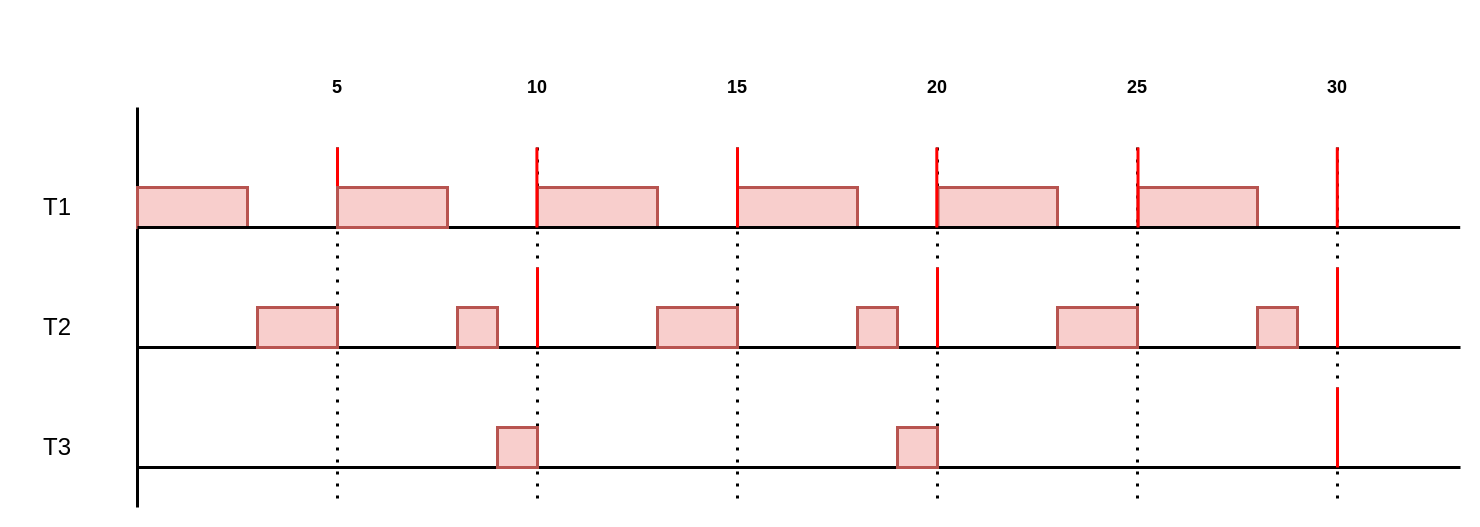
The draw.io diagram page "td1_ex1_e" (3 of 7) of TPs_scheduling/diagrammes.drawio in FlorianLatapie/PNS-SI4-S8_Capteurs_actionneurs_-_IA, before the edit. Source tidied: cells renumbered, new cells numbered last; positions are measured from the earlier drawing's top-left corner, leaving out a move shared by most shapes. Both pictures are drawn from the tidied source at 100%, with x=0, y=0 at pixel (17, 67).
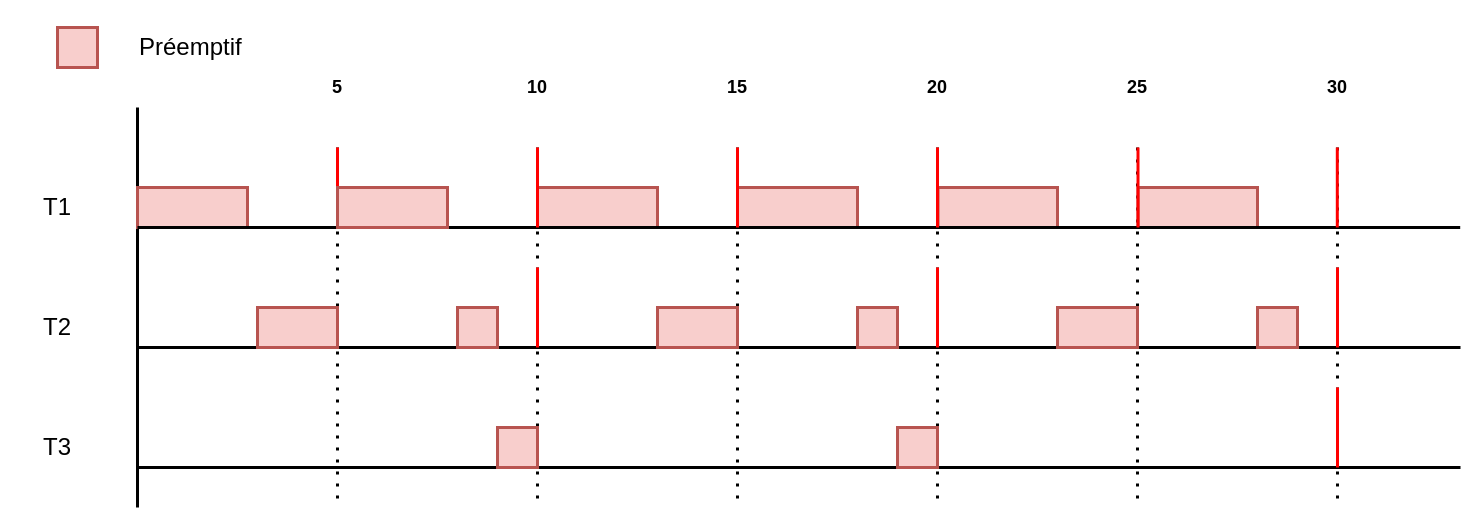
Above is the later version.

The edit, as a diff of the source:
```diff
@@
     <mxCell id="28" style="endArrow=none;html=1;rounded=0;strokeWidth=3;fillColor=#f8cecc;strokeColor=#FF0000;" parent="1" edge="1">
       <mxGeometry relative="1" as="geometry">
-        <mxPoint x="519.4" y="160" as="sourcePoint" />
-        <mxPoint x="519.4" y="80" as="targetPoint" />
+        <mxPoint x="520" y="160" as="sourcePoint" />
+        <mxPoint x="520" y="80" as="targetPoint" />
       </mxGeometry>
     </mxCell>
     <mxCell id="29" style="endArrow=none;html=1;rounded=0;strokeWidth=3;fillColor=#f8cecc;strokeColor=#FF0000;" parent="1" edge="1">
       <mxGeometry relative="1" as="geometry">
-        <mxPoint x="919.3" y="160" as="sourcePoint" />
-        <mxPoint x="919.3" y="80" as="targetPoint" />
+        <mxPoint x="920" y="160" as="sourcePoint" />
+        <mxPoint x="920" y="80" as="targetPoint" />
       </mxGeometry>
     </mxCell>
@@
+    <mxCell id="45" style="rounded=0;whiteSpace=wrap;html=1;strokeWidth=3;fillColor=#f8cecc;strokeColor=#b85450;" parent="1" vertex="1">
+      <mxGeometry x="40" y="-40" width="40" height="40" as="geometry" />
+    </mxCell>
+    <mxCell id="46" value="&lt;h1&gt;&lt;span style=&quot;font-weight: normal;&quot;&gt;Préemptif&lt;/span&gt;&lt;/h1&gt;" style="text;html=1;strokeColor=none;fillColor=none;align=left;verticalAlign=middle;whiteSpace=wrap;rounded=0;" parent="1" vertex="1">
+      <mxGeometry x="120" y="-40" width="160" height="40" as="geometry" />
+    </mxCell>
```
